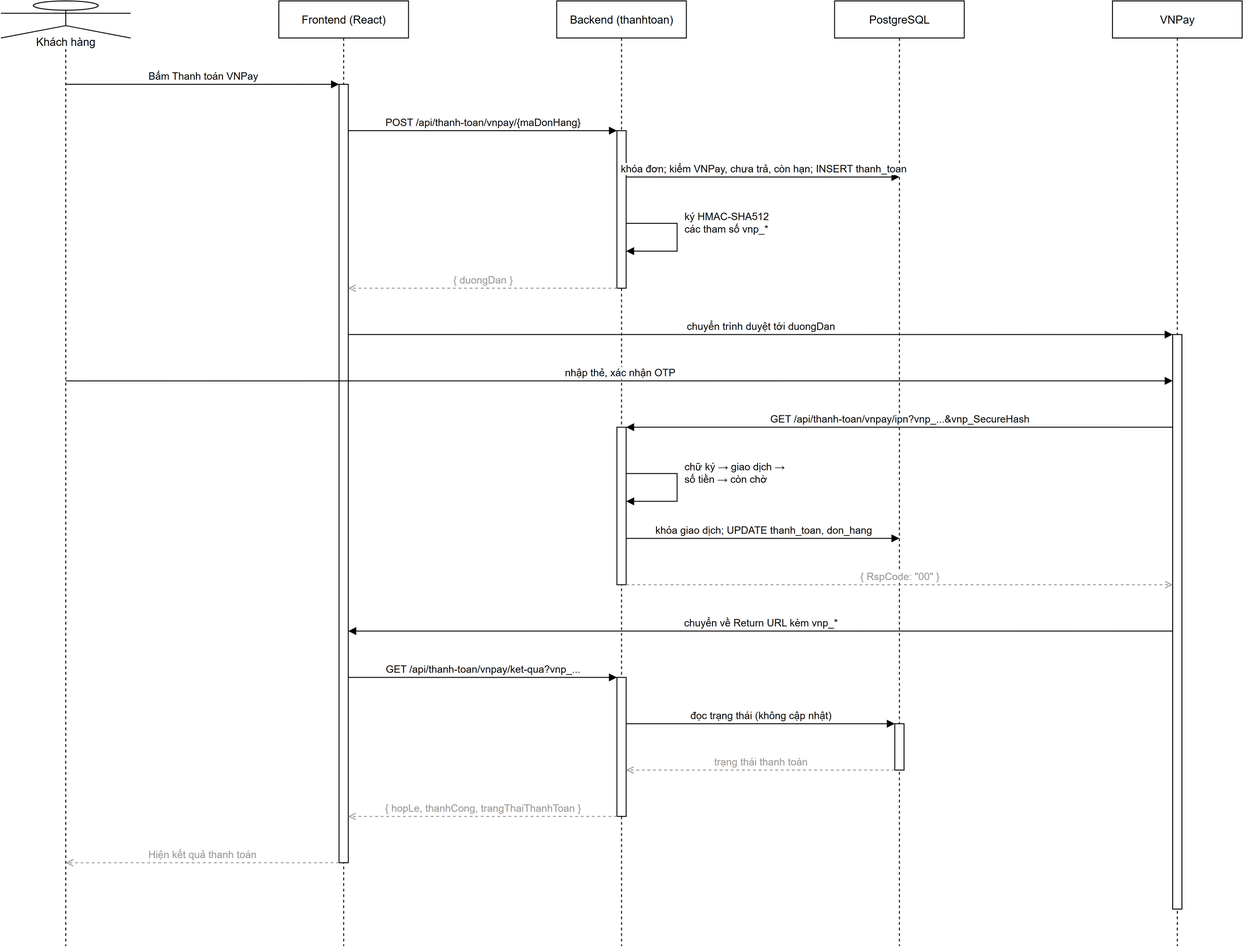
The draw.io diagram docs/thiet-ke/16_td_thanh_toan_vnpay.drawio.png in phdinh254/TechGear, before a commit. Source tidied: cells renumbered, new cells last; positions are measured from the earlier drawing's top-left corner, leaving out a move shared by most shapes.
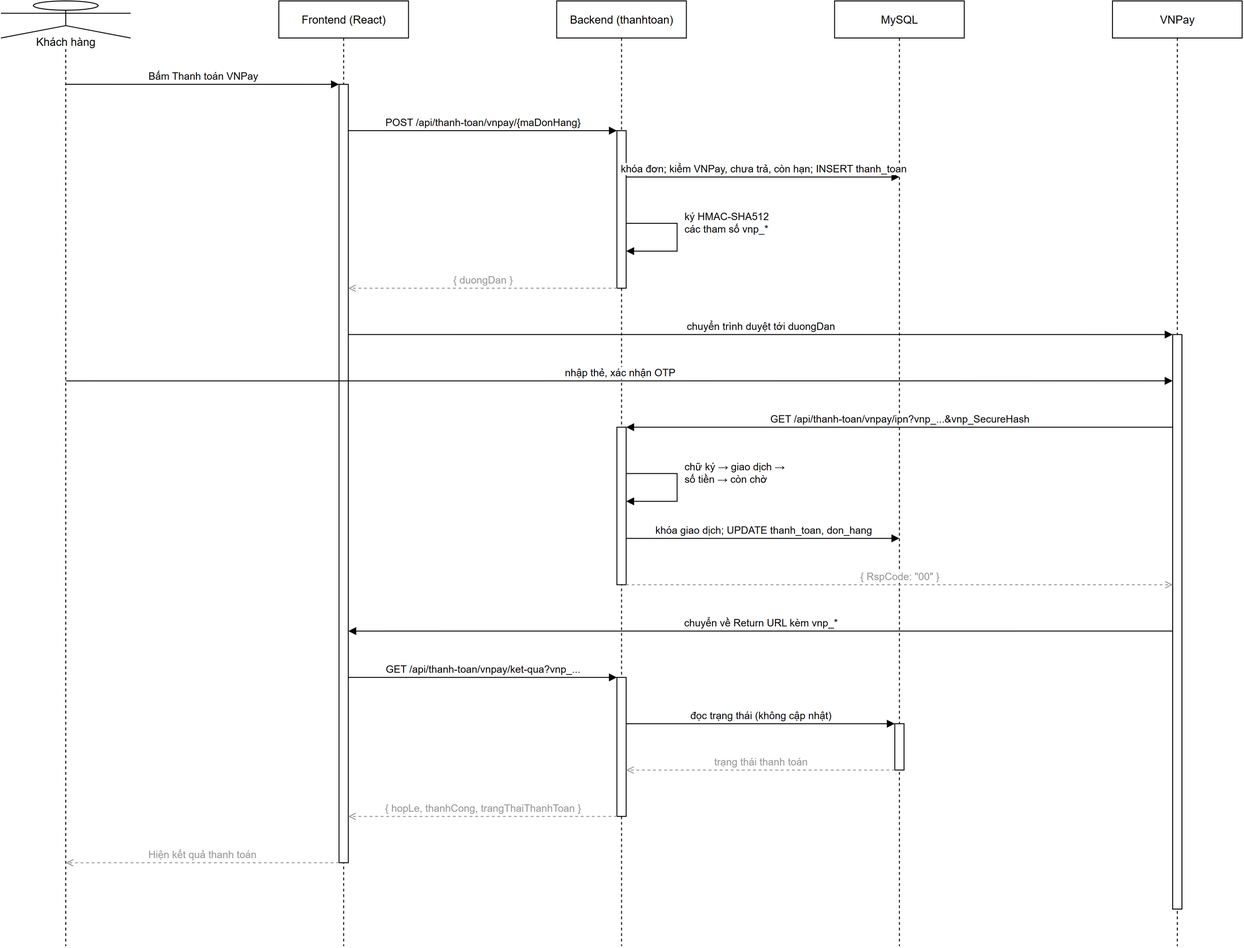
Later version of the same file.

What changed in the source:
```diff
@@ -11,7 +11,7 @@
     <mxCell id="4" value="Backend (thanhtoan)" style="shape=umlLifeline;perimeter=lifelinePerimeter;whiteSpace=wrap;html=1;size=40;" parent="1" vertex="1">
       <mxGeometry x="600" width="140" height="1020" as="geometry" />
     </mxCell>
-    <mxCell id="5" value="PostgreSQL" style="shape=umlLifeline;perimeter=lifelinePerimeter;whiteSpace=wrap;html=1;outlineConnect=0;portConstraint=eastwest;size=40;" parent="1" vertex="1">
+    <mxCell id="5" value="MySQL" style="shape=umlLifeline;perimeter=lifelinePerimeter;whiteSpace=wrap;html=1;outlineConnect=0;portConstraint=eastwest;size=40;" parent="1" vertex="1">
       <mxGeometry x="900" width="140" height="1020" as="geometry" />
     </mxCell>
     <mxCell id="6" value="VNPay" style="shape=umlLifeline;perimeter=lifelinePerimeter;whiteSpace=wrap;html=1;size=40;" parent="1" vertex="1">
```
